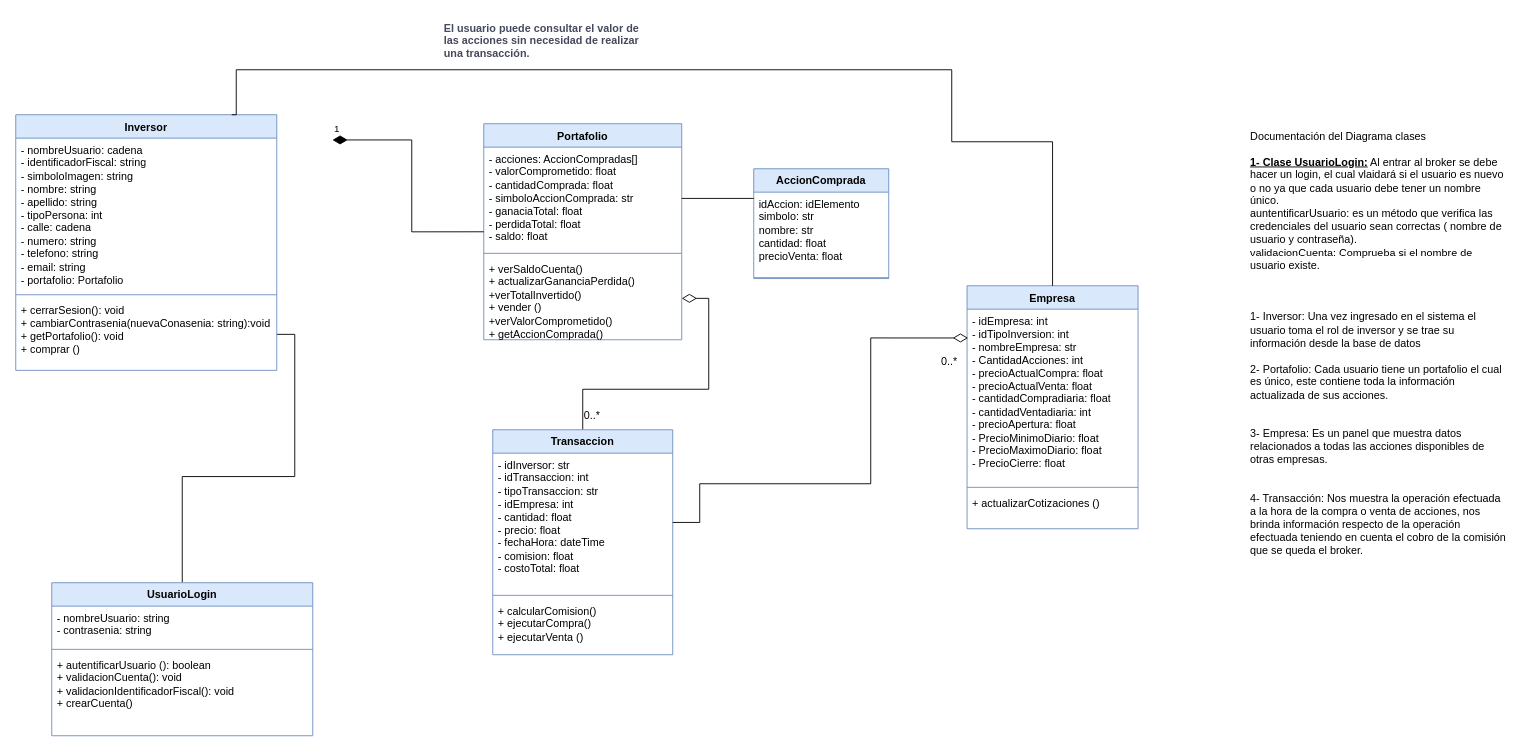
Before: Documentación/Diagrama-de-Clases.drawio in INNOVAcodersISPC/ARGBroker, a draw.io diagram. Source tidied: cells renumbered, new cells numbered last; positions are measured from the earlier drawing's top-left corner, leaving out a move shared by most shapes. Both pictures are drawn from the tidied source at 90%, with x=0, y=0 at pixel (15, 15).
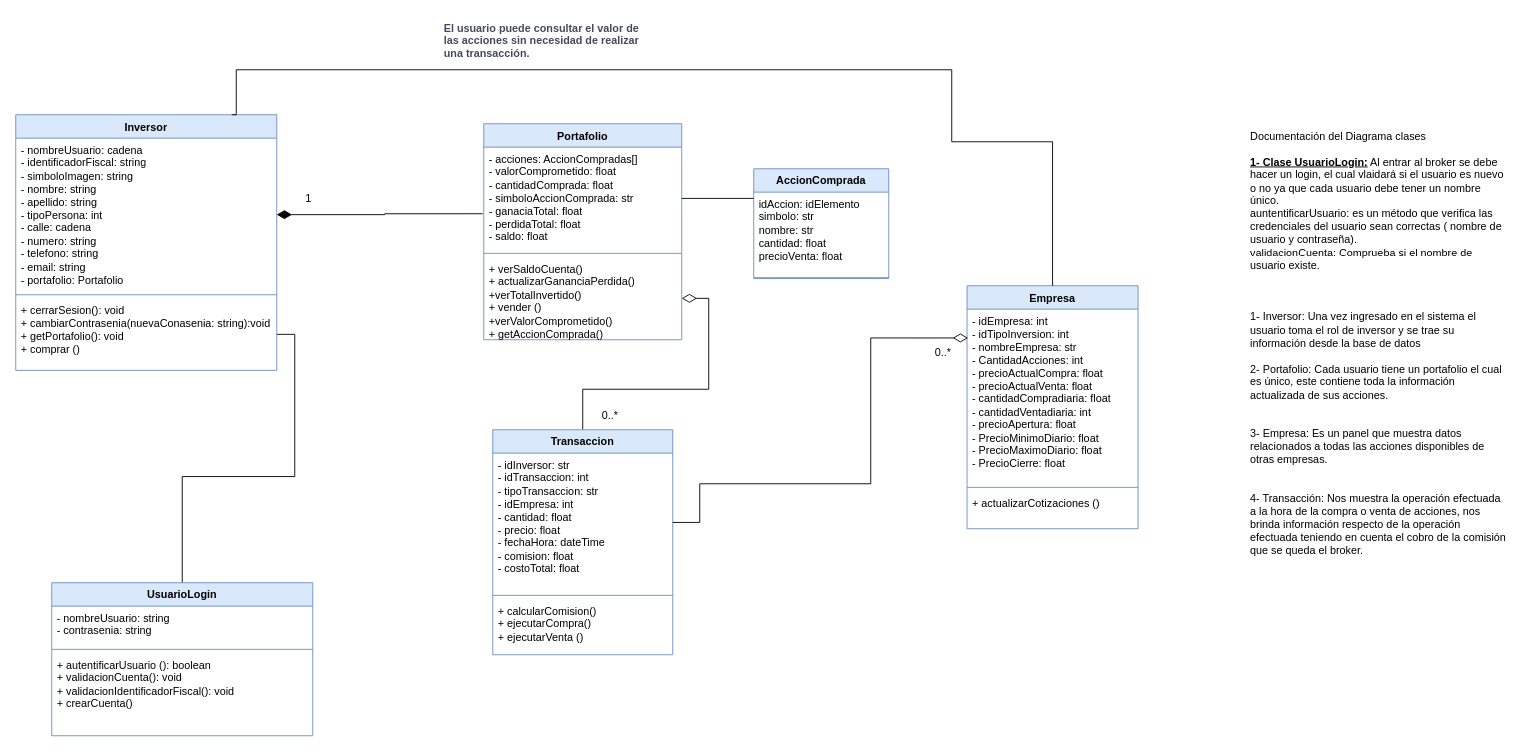
Above is the later version.

The change refers to these unchanged cells:
```xml
<mxCell id="7" value="&lt;div style=&quot;text-wrap: nowrap;&quot;&gt;&lt;span style=&quot;background-color: initial;&quot;&gt;- acciones: AccionCompradas[]&lt;/span&gt;&lt;br&gt;&lt;/div&gt;&lt;div style=&quot;text-wrap: nowrap;&quot;&gt;&lt;div&gt;- valorComprometido: float&lt;/div&gt;&lt;div&gt;- cantidadComprada: float&lt;/div&gt;&lt;div&gt;- simboloAccionComprada: str&lt;/div&gt;&lt;div&gt;- ganaciaTotal: float&lt;/div&gt;&lt;div&gt;- perdidaTotal: float&lt;/div&gt;&lt;div&gt;- saldo: float&lt;/div&gt;&lt;/div&gt;" style="text;strokeColor=none;fillColor=none;align=left;verticalAlign=top;spacingLeft=4;spacingRight=4;overflow=hidden;points=[[0,0.5],[1,0.5]];portConstraint=eastwest;whiteSpace=wrap;html=1;" parent="6" vertex="1">
  <mxGeometry y="26" width="220" height="114" as="geometry" />
</mxCell>
<mxCell id="26" value="&lt;div&gt;- nombreUsuario: cadena&lt;br&gt;- identificadorFiscal: string&lt;/div&gt;- simboloImagen: string&lt;br&gt;- nombre: string&lt;br&gt;- apellido: string&lt;br&gt;- tipoPersona: int&lt;div&gt;- calle: cadena&lt;br&gt;- numero: string&lt;br&gt;- telefono: string&lt;br&gt;- email: string&lt;br&gt;- portafolio: Portafolio&lt;/div&gt;" style="text;strokeColor=none;fillColor=none;align=left;verticalAlign=top;spacingLeft=4;spacingRight=4;overflow=hidden;points=[[0,0.5],[1,0.5]];portConstraint=eastwest;whiteSpace=wrap;html=1;" parent="25" vertex="1">
  <mxGeometry y="26" width="290" height="170" as="geometry" />
</mxCell>
```

What changed in the source:
```diff
@@
-    <mxCell id="16" value="1" style="endArrow=none;html=1;endSize=12;startArrow=diamondThin;startSize=14;startFill=1;edgeStyle=orthogonalEdgeStyle;align=left;verticalAlign=bottom;rounded=0;entryX=0;entryY=0.825;entryDx=0;entryDy=0;entryPerimeter=0;endFill=0;exitX=1.007;exitY=0.077;exitDx=0;exitDy=0;exitPerimeter=0;" parent="1" edge="1" target="7">
-      <mxGeometry x="-1" y="3" relative="1" as="geometry">
-        <mxPoint x="351.9" y="138" as="sourcePoint" />
-        <Array as="points">
-          <mxPoint x="440" y="138" />
-          <mxPoint x="440" y="240" />
-        </Array>
-      </mxGeometry>
-    </mxCell>
     <mxCell id="17" value="0..*" style="text;html=1;align=center;verticalAlign=middle;strokeColor=none;fillColor=none;" parent="1" vertex="1">
-      <mxGeometry x="620" y="430" width="40" height="30" as="geometry" />
+      <mxGeometry x="640" y="430" width="40" height="30" as="geometry" />
     </mxCell>
@@
     <mxCell id="19" value="0..*" style="text;html=1;align=center;verticalAlign=middle;strokeColor=none;fillColor=none;" parent="1" vertex="1">
-      <mxGeometry x="1017" y="370" width="40" height="30" as="geometry" />
+      <mxGeometry x="1010" y="360" width="40" height="30" as="geometry" />
     </mxCell>
@@
+    <mxCell id="35" style="edgeStyle=orthogonalEdgeStyle;rounded=0;jettySize=auto;html=1;exitX=1;exitY=0.5;exitDx=0;exitDy=0;entryX=-0.005;entryY=0.649;entryDx=0;entryDy=0;entryPerimeter=0;endArrow=none;endFill=0;startArrow=diamondThin;startFill=1;startSize=14;" parent="1" edge="1" source="26" target="7">
+      <mxGeometry relative="1" as="geometry" />
+    </mxCell>
+    <mxCell id="16" value="1" style="text;html=1;align=center;verticalAlign=middle;strokeColor=none;fillColor=none;" parent="1" vertex="1">
+      <mxGeometry x="310" y="188" width="30" height="30" as="geometry" />
+    </mxCell>
```
